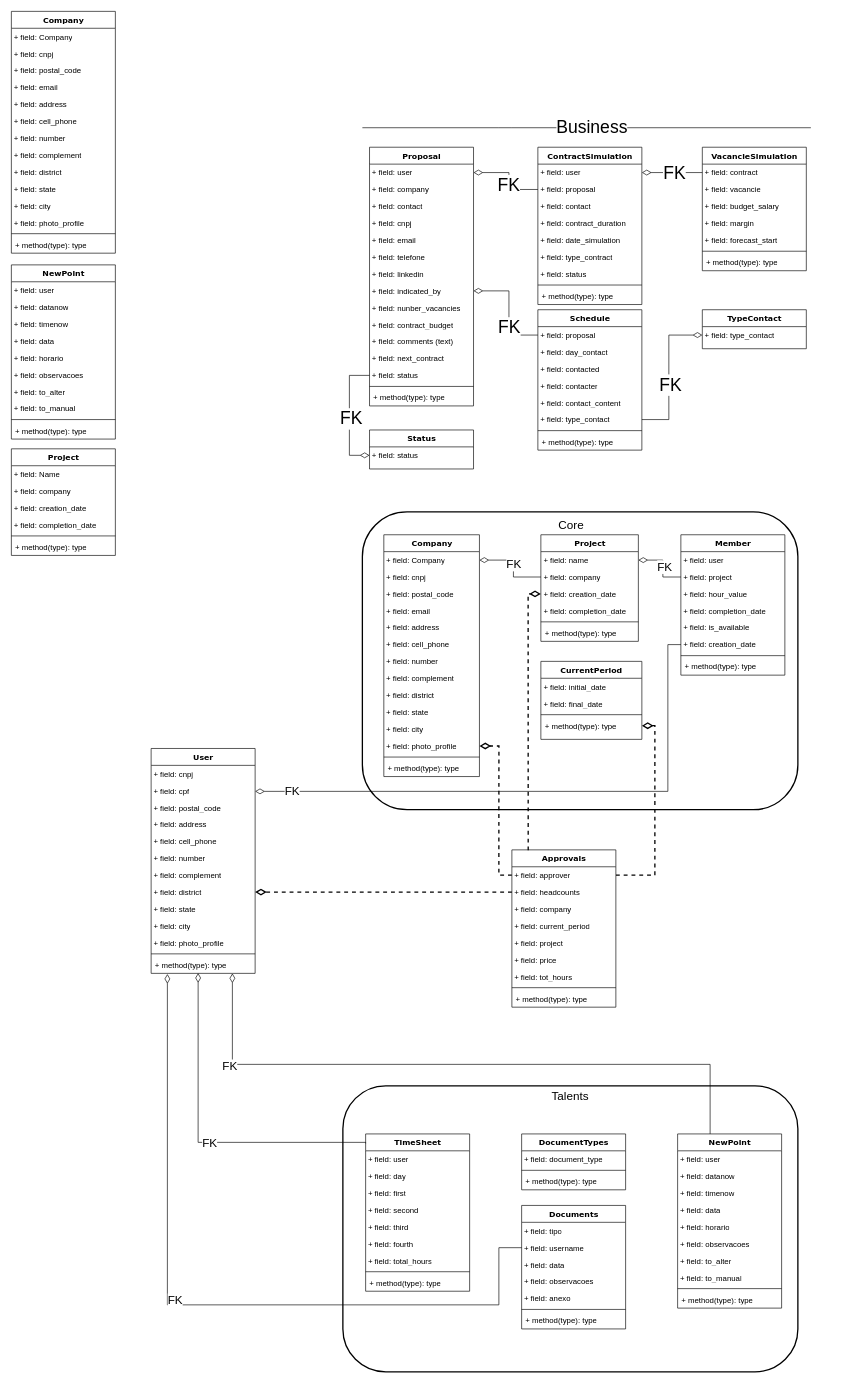
Above: Untitled Diagram.drawio in JonathaCnB/JonathaCnB (draw.io), before the change. Source tidied: cells renumbered, new cells numbered last; positions are measured from the earlier drawing's top-left corner, leaving out a move shared by most shapes. Both pictures are drawn from the tidied source at 65%, with x=0, y=0 at pixel (11, 11).
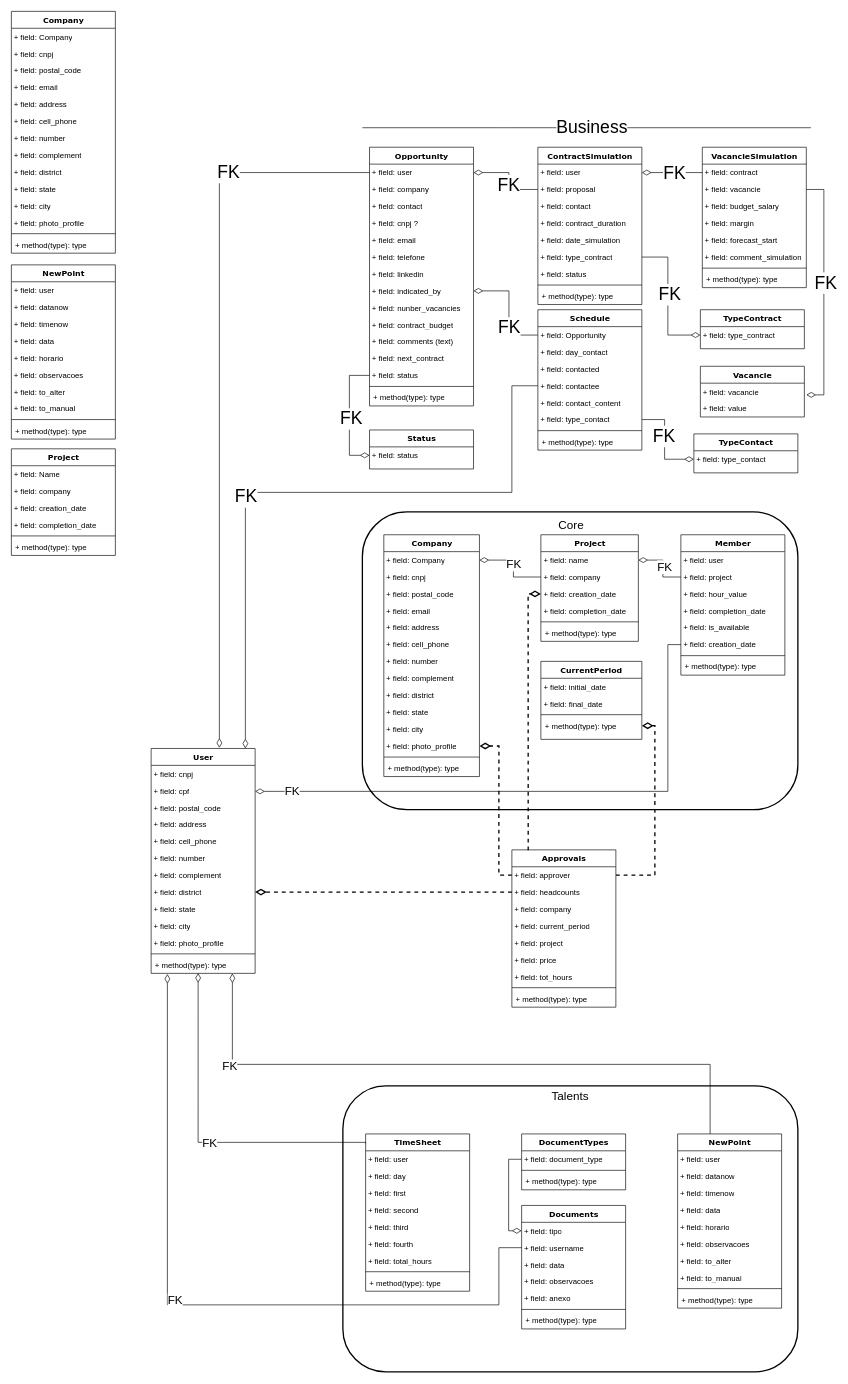
After the change.

The change refers to these unchanged cells:
```xml
<mxCell id="2" style="group;" parent="1" vertex="1">
  <mxGeometry x="510" y="1560" width="700" height="467" as="geometry" />
</mxCell>
<mxCell id="16" value="+ field: document_type" style="text;html=1;strokeColor=none;fillColor=none;align=left;verticalAlign=top;spacingLeft=2;spacingRight=1;whiteSpace=wrap;overflow=hidden;points=[[0,0.5],[1,0.5]];portConstraint=eastwest;" parent="15" vertex="1">
  <mxGeometry y="26" width="160" height="26" as="geometry" />
</mxCell>
<mxCell id="20" value="+ field: tipo" style="text;html=1;strokeColor=none;fillColor=none;align=left;verticalAlign=top;spacingLeft=2;spacingRight=1;whiteSpace=wrap;overflow=hidden;points=[[0,0.5],[1,0.5]];portConstraint=eastwest;" parent="19" vertex="1">
  <mxGeometry y="26" width="160" height="26" as="geometry" />
</mxCell>
<mxCell id="103" value="User" style="swimlane;html=1;fontStyle=1;align=center;verticalAlign=top;horizontal=1;startSize=26;swimlaneFillColor=#ffffff;rounded=0;shadow=0;comic=0;labelBackgroundColor=none;strokeWidth=1;fillColor=none;fontFamily=Verdana;fontSize=12;" parent="1" vertex="1">
  <mxGeometry x="215" y="1134" width="160" height="346" as="geometry" />
</mxCell>
<mxCell id="151" value="+ field: user" style="text;html=1;strokeColor=none;fillColor=none;align=left;verticalAlign=top;spacingLeft=2;spacingRight=1;whiteSpace=wrap;overflow=hidden;points=[[0,0.5],[1,0.5]];portConstraint=eastwest;" parent="150" vertex="1">
  <mxGeometry y="26" width="160" height="26" as="geometry" />
</mxCell>
<mxCell id="174" value="+ field: type_contract" style="text;html=1;strokeColor=none;fillColor=none;align=left;verticalAlign=top;spacingLeft=2;spacingRight=1;whiteSpace=wrap;overflow=hidden;points=[[0,0.5],[1,0.5]];portConstraint=eastwest;" parent="168" vertex="1">
  <mxGeometry y="156" width="160" height="26" as="geometry" />
</mxCell>
<mxCell id="182" value="+ field: vacancie" style="text;html=1;strokeColor=none;fillColor=none;align=left;verticalAlign=top;spacingLeft=2;spacingRight=1;whiteSpace=wrap;overflow=hidden;points=[[0,0.5],[1,0.5]];portConstraint=eastwest;" parent="180" vertex="1">
  <mxGeometry y="52" width="160" height="26" as="geometry" />
</mxCell>
<mxCell id="190" value="Schedule" style="swimlane;html=1;fontStyle=1;align=center;verticalAlign=top;horizontal=1;startSize=26;swimlaneFillColor=#ffffff;rounded=0;shadow=0;comic=0;labelBackgroundColor=none;strokeWidth=1;fillColor=none;fontFamily=Verdana;fontSize=12;" parent="1" vertex="1">
  <mxGeometry x="810" y="459" width="160" height="216" as="geometry" />
</mxCell>
```

Change to the diagram source:
```diff
@@
+    <mxCell id="209" style="edgeStyle=orthogonalEdgeStyle;rounded=0;jettySize=auto;html=1;exitX=0;exitY=0.5;exitDx=0;exitDy=0;fontSize=27;endArrow=diamondThin;endFill=0;startSize=12;endSize=12;" parent="2" edge="1" source="16" target="20">
+      <mxGeometry relative="1" as="geometry">
+        <Array as="points">
+          <mxPoint x="255" y="206" />
+          <mxPoint x="255" y="316" />
+        </Array>
+      </mxGeometry>
+    </mxCell>
@@
-    <mxCell id="150" value="Proposal" style="swimlane;html=1;fontStyle=1;align=center;verticalAlign=top;horizontal=1;startSize=26;swimlaneFillColor=#ffffff;rounded=0;shadow=0;comic=0;labelBackgroundColor=none;strokeWidth=1;fillColor=none;fontFamily=Verdana;fontSize=12;" parent="1" vertex="1">
+    <mxCell id="150" value="Opportunity" style="swimlane;html=1;fontStyle=1;align=center;verticalAlign=top;horizontal=1;startSize=26;swimlaneFillColor=#ffffff;rounded=0;shadow=0;comic=0;labelBackgroundColor=none;strokeWidth=1;fillColor=none;fontFamily=Verdana;fontSize=12;" parent="1" vertex="1">
       <mxGeometry x="551" y="209" width="160" height="398" as="geometry" />
     </mxCell>
@@
-    <mxCell id="154" value="+ field: cnpj" style="text;html=1;strokeColor=none;fillColor=none;align=left;verticalAlign=top;spacingLeft=2;spacingRight=1;whiteSpace=wrap;overflow=hidden;" parent="150" vertex="1">
+    <mxCell id="154" value="+ field: cnpj ?" style="text;html=1;strokeColor=none;fillColor=none;align=left;verticalAlign=top;spacingLeft=2;spacingRight=1;whiteSpace=wrap;overflow=hidden;" parent="150" vertex="1">
       <mxGeometry y="104" width="160" height="26" as="geometry" />
     </mxCell>
@@
     <mxCell id="180" value="VacancieSimulation" style="swimlane;html=1;fontStyle=1;align=center;verticalAlign=top;horizontal=1;startSize=26;swimlaneFillColor=#ffffff;rounded=0;shadow=0;comic=0;labelBackgroundColor=none;strokeWidth=1;fillColor=none;fontFamily=Verdana;fontSize=12;" parent="1" vertex="1">
-      <mxGeometry x="1063" y="209" width="160" height="190" as="geometry" />
+      <mxGeometry x="1063" y="209" width="160" height="216" as="geometry" />
     </mxCell>
@@
+    <mxCell id="210" value="+ field: comment_simulation" style="text;html=1;strokeColor=none;fillColor=none;align=left;verticalAlign=top;spacingLeft=2;spacingRight=1;whiteSpace=wrap;overflow=hidden;" parent="180" vertex="1">
+      <mxGeometry y="156" width="160" height="26" as="geometry" />
+    </mxCell>
     <mxCell id="186" style="line;html=1;strokeWidth=1;fillColor=none;align=left;verticalAlign=middle;spacingTop=-1;spacingLeft=3;spacingRight=3;labelPosition=right;" parent="180" vertex="1">
-      <mxGeometry y="156" width="160" height="8" as="geometry" />
+      <mxGeometry y="182" width="160" height="8" as="geometry" />
     </mxCell>
     <mxCell id="187" value="+ method(type): type" style="text;html=1;strokeColor=none;fillColor=none;align=left;verticalAlign=top;spacingLeft=4;spacingRight=4;whiteSpace=wrap;overflow=hidden;" parent="180" vertex="1">
-      <mxGeometry y="164" width="160" height="26" as="geometry" />
+      <mxGeometry y="190" width="160" height="26" as="geometry" />
     </mxCell>
@@
-    <mxCell id="191" value="+ field: proposal&lt;br&gt;" style="text;html=1;strokeColor=none;fillColor=none;align=left;verticalAlign=top;spacingLeft=2;spacingRight=1;whiteSpace=wrap;overflow=hidden;points=[[0,0.5],[1,0.5]];portConstraint=eastwest;" parent="190" vertex="1">
+    <mxCell id="191" value="+ field: Opportunity" style="text;html=1;strokeColor=none;fillColor=none;align=left;verticalAlign=top;spacingLeft=2;spacingRight=1;whiteSpace=wrap;overflow=hidden;points=[[0,0.5],[1,0.5]];portConstraint=eastwest;" parent="190" vertex="1">
       <mxGeometry y="26" width="160" height="26" as="geometry" />
     </mxCell>
@@
-    <mxCell id="194" value="+ field: contacter" style="text;html=1;strokeColor=none;fillColor=none;align=left;verticalAlign=top;spacingLeft=2;spacingRight=1;whiteSpace=wrap;overflow=hidden;points=[[0,0.5],[1,0.5]];portConstraint=eastwest;" parent="190" vertex="1">
+    <mxCell id="194" value="+ field: contactee" style="text;html=1;strokeColor=none;fillColor=none;align=left;verticalAlign=top;spacingLeft=2;spacingRight=1;whiteSpace=wrap;overflow=hidden;points=[[0,0.5],[1,0.5]];portConstraint=eastwest;" parent="190" vertex="1">
       <mxGeometry y="104" width="160" height="26" as="geometry" />
     </mxCell>
@@
     <mxCell id="205" value="TypeContact" style="swimlane;html=1;fontStyle=1;align=center;verticalAlign=top;horizontal=1;startSize=26;swimlaneFillColor=#ffffff;rounded=0;shadow=0;comic=0;labelBackgroundColor=none;strokeWidth=1;fillColor=none;fontFamily=Verdana;fontSize=12;" parent="1" vertex="1">
-      <mxGeometry x="1063" y="459" width="160" height="60" as="geometry" />
+      <mxGeometry x="1050" y="650" width="160" height="60" as="geometry" />
     </mxCell>
@@
+    <mxCell id="211" value="TypeContract" style="swimlane;html=1;fontStyle=1;align=center;verticalAlign=top;horizontal=1;startSize=26;swimlaneFillColor=#ffffff;rounded=0;shadow=0;comic=0;labelBackgroundColor=none;strokeWidth=1;fillColor=none;fontFamily=Verdana;fontSize=12;" parent="1" vertex="1">
+      <mxGeometry x="1060" y="459" width="160" height="60" as="geometry" />
+    </mxCell>
+    <mxCell id="212" value="+ field: type_contract" style="text;html=1;strokeColor=none;fillColor=none;align=left;verticalAlign=top;spacingLeft=2;spacingRight=1;whiteSpace=wrap;overflow=hidden;points=[[0,0.5],[1,0.5]];portConstraint=eastwest;" parent="211" vertex="1">
+      <mxGeometry y="26" width="160" height="26" as="geometry" />
+    </mxCell>
+    <mxCell id="213" style="edgeStyle=orthogonalEdgeStyle;rounded=0;jettySize=auto;html=1;fontSize=27;endArrow=diamondThin;endFill=0;startSize=12;endSize=12;" parent="1" edge="1" source="174" target="212">
+      <mxGeometry relative="1" as="geometry" />
+    </mxCell>
+    <mxCell id="214" value="FK" style="edgeLabel;html=1;align=center;verticalAlign=middle;fontSize=27;" parent="213" vertex="1">
+      <mxGeometry x="-0.27" y="2" relative="1" as="geometry">
+        <mxPoint y="20" as="offset" />
+      </mxGeometry>
+    </mxCell>
+    <mxCell id="215" value="Vacancie" style="swimlane;html=1;fontStyle=1;align=center;verticalAlign=top;horizontal=1;startSize=26;swimlaneFillColor=#ffffff;rounded=0;shadow=0;comic=0;labelBackgroundColor=none;strokeWidth=1;fillColor=none;fontFamily=Verdana;fontSize=12;" parent="1" vertex="1">
+      <mxGeometry x="1060" y="546" width="160" height="78" as="geometry" />
+    </mxCell>
+    <mxCell id="216" value="+ field: vacancie" style="text;html=1;strokeColor=none;fillColor=none;align=left;verticalAlign=top;spacingLeft=2;spacingRight=1;whiteSpace=wrap;overflow=hidden;points=[[0,0.5],[1,0.5]];portConstraint=eastwest;" parent="215" vertex="1">
+      <mxGeometry y="26" width="160" height="26" as="geometry" />
+    </mxCell>
+    <mxCell id="217" value="+ field: value" style="text;html=1;strokeColor=none;fillColor=none;align=left;verticalAlign=top;spacingLeft=2;spacingRight=1;whiteSpace=wrap;overflow=hidden;" parent="215" vertex="1">
+      <mxGeometry y="52" width="160" height="26" as="geometry" />
+    </mxCell>
+    <mxCell id="218" style="edgeStyle=orthogonalEdgeStyle;rounded=0;jettySize=auto;html=1;fontSize=27;endArrow=diamondThin;endFill=0;startSize=12;endSize=12;entryX=1.019;entryY=0.692;entryDx=0;entryDy=0;entryPerimeter=0;" parent="1" edge="1" source="182" target="216">
+      <mxGeometry relative="1" as="geometry">
+        <Array as="points">
+          <mxPoint x="1250" y="274" />
+          <mxPoint x="1250" y="590" />
+        </Array>
+      </mxGeometry>
+    </mxCell>
+    <mxCell id="219" value="FK" style="edgeLabel;html=1;align=center;verticalAlign=middle;fontSize=27;" parent="218" vertex="1">
+      <mxGeometry x="-0.08" y="2" relative="1" as="geometry" />
+    </mxCell>
+    <mxCell id="220" style="edgeStyle=orthogonalEdgeStyle;rounded=0;jettySize=auto;html=1;fontSize=27;endArrow=diamondThin;endFill=0;startSize=12;endSize=12;" parent="1" edge="1" source="194" target="103">
+      <mxGeometry relative="1" as="geometry">
+        <Array as="points">
+          <mxPoint x="770" y="576" />
+          <mxPoint x="770" y="740" />
+          <mxPoint x="360" y="740" />
+        </Array>
+      </mxGeometry>
+    </mxCell>
+    <mxCell id="221" value="FK" style="edgeLabel;html=1;align=center;verticalAlign=middle;fontSize=27;" parent="220" vertex="1">
+      <mxGeometry x="0.23" relative="1" as="geometry" />
+    </mxCell>
+    <mxCell id="222" style="edgeStyle=orthogonalEdgeStyle;rounded=0;jettySize=auto;html=1;fontSize=27;endArrow=diamondThin;endFill=0;startSize=12;endSize=12;" parent="1" edge="1" source="151">
+      <mxGeometry relative="1" as="geometry">
+        <mxPoint x="320" y="1133" as="targetPoint" />
+        <Array as="points">
+          <mxPoint x="320" y="248" />
+          <mxPoint x="320" y="1133" />
+        </Array>
+      </mxGeometry>
+    </mxCell>
+    <mxCell id="223" value="FK" style="edgeLabel;html=1;align=center;verticalAlign=middle;fontSize=27;" parent="222" vertex="1">
+      <mxGeometry x="-0.61" y="-1" relative="1" as="geometry" />
+    </mxCell>
```
